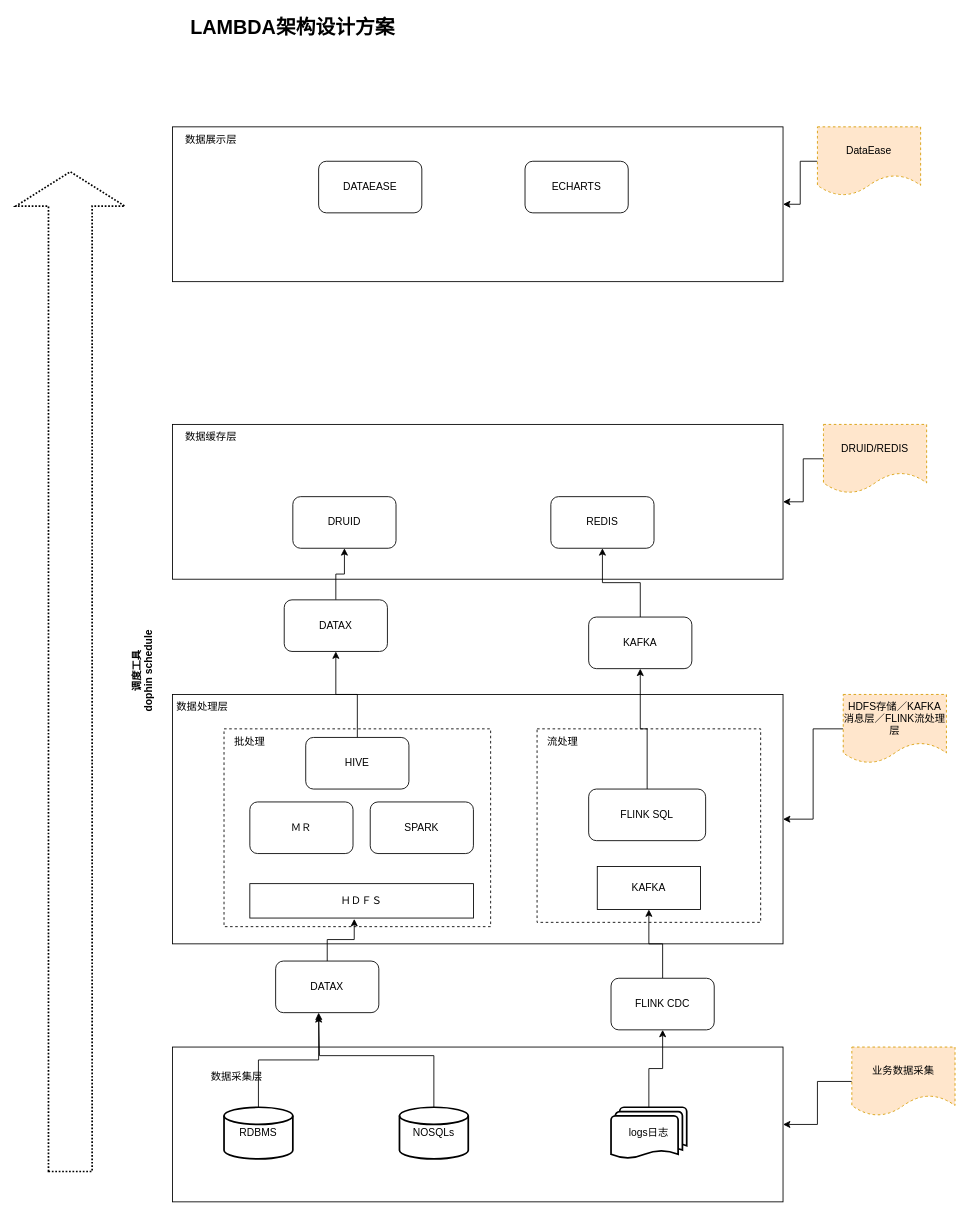
heyuan-sys/testgit keeps this draw.io diagram as 大数据架构.drawio. Above is the earlier version. Source tidied: cells renumbered, new cells numbered last; positions are measured from the earlier drawing's top-left corner, leaving out a move shared by most shapes. Both pictures are drawn from the tidied source at 86%, with x=0, y=0 at pixel (-430, 15).
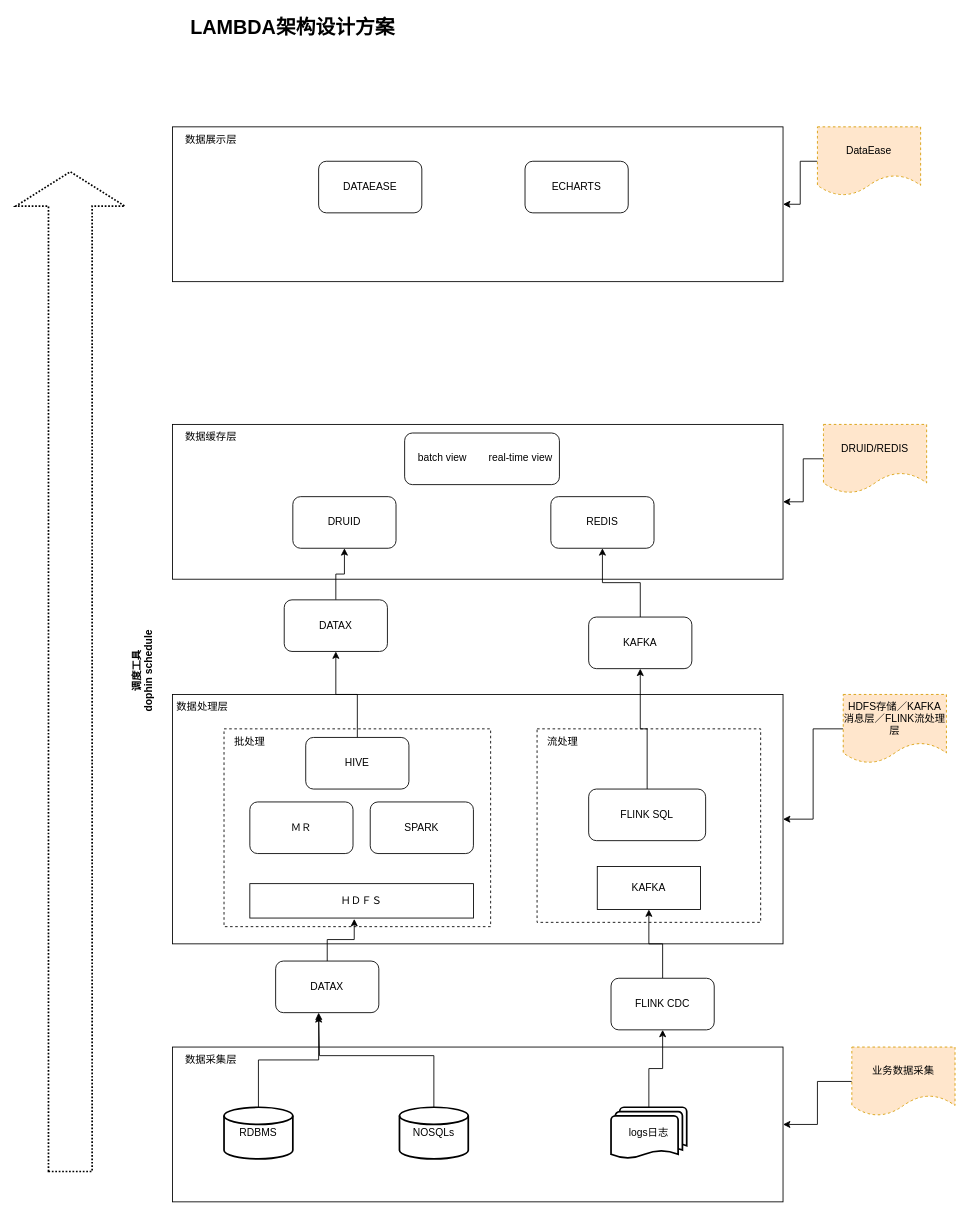
After the change.

Commit message:
更新大数据架构.drawio

Change to the diagram source:
```diff
@@
     <mxCell id="3" value="数据采集层" style="text;html=1;strokeColor=none;fillColor=none;align=center;verticalAlign=middle;whiteSpace=wrap;rounded=0;" parent="1" vertex="1">
-      <mxGeometry x="730" y="1220" width="90" height="30" as="geometry" />
+      <mxGeometry x="700" y="1200" width="90" height="30" as="geometry" />
     </mxCell>
@@
+    <mxCell id="50" style="rounded=1;whiteSpace=wrap;html=1;" parent="1" vertex="1">
+      <mxGeometry x="970" y="486" width="180" height="60" as="geometry" />
+    </mxCell>
+    <mxCell id="51" value="batch view" style="text;html=1;strokeColor=none;fillColor=none;align=center;verticalAlign=middle;whiteSpace=wrap;rounded=0;" parent="1" vertex="1">
+      <mxGeometry x="984" y="500" width="60" height="30" as="geometry" />
+    </mxCell>
+    <mxCell id="52" value="real-time view" style="text;html=1;strokeColor=none;fillColor=none;align=center;verticalAlign=middle;whiteSpace=wrap;rounded=0;" parent="1" vertex="1">
+      <mxGeometry x="1060" y="500" width="90" height="30" as="geometry" />
+    </mxCell>
```
